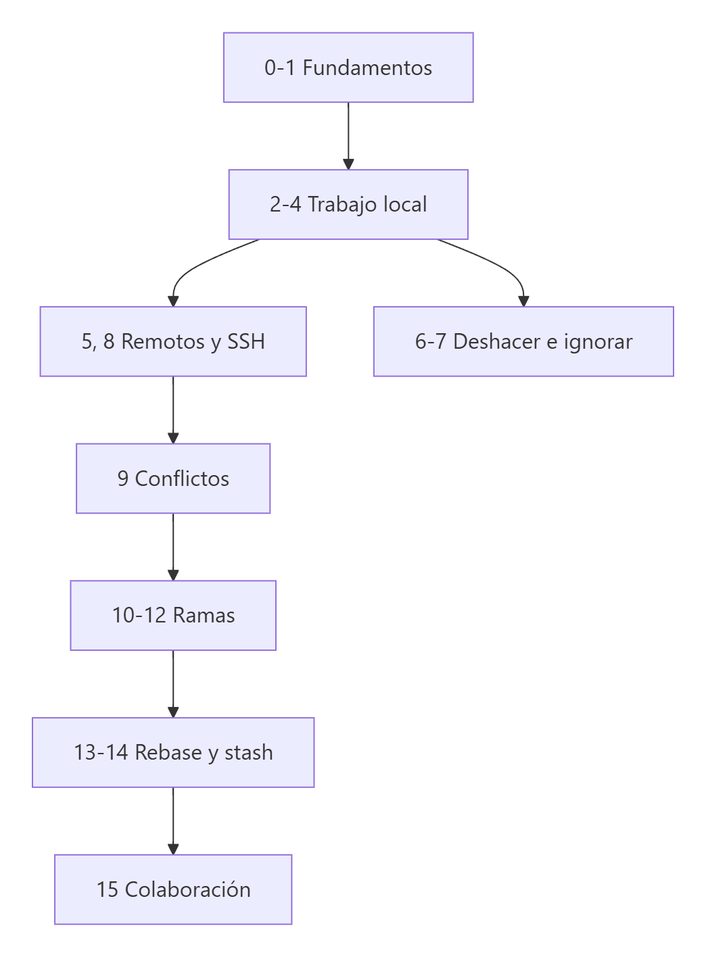
Earlier version of the Mermaid export assets/diagramas/readme-01.png (martin2745/curso-git-github). Its source is kept beside it as assets/diagramas/src/readme-01.mmd.
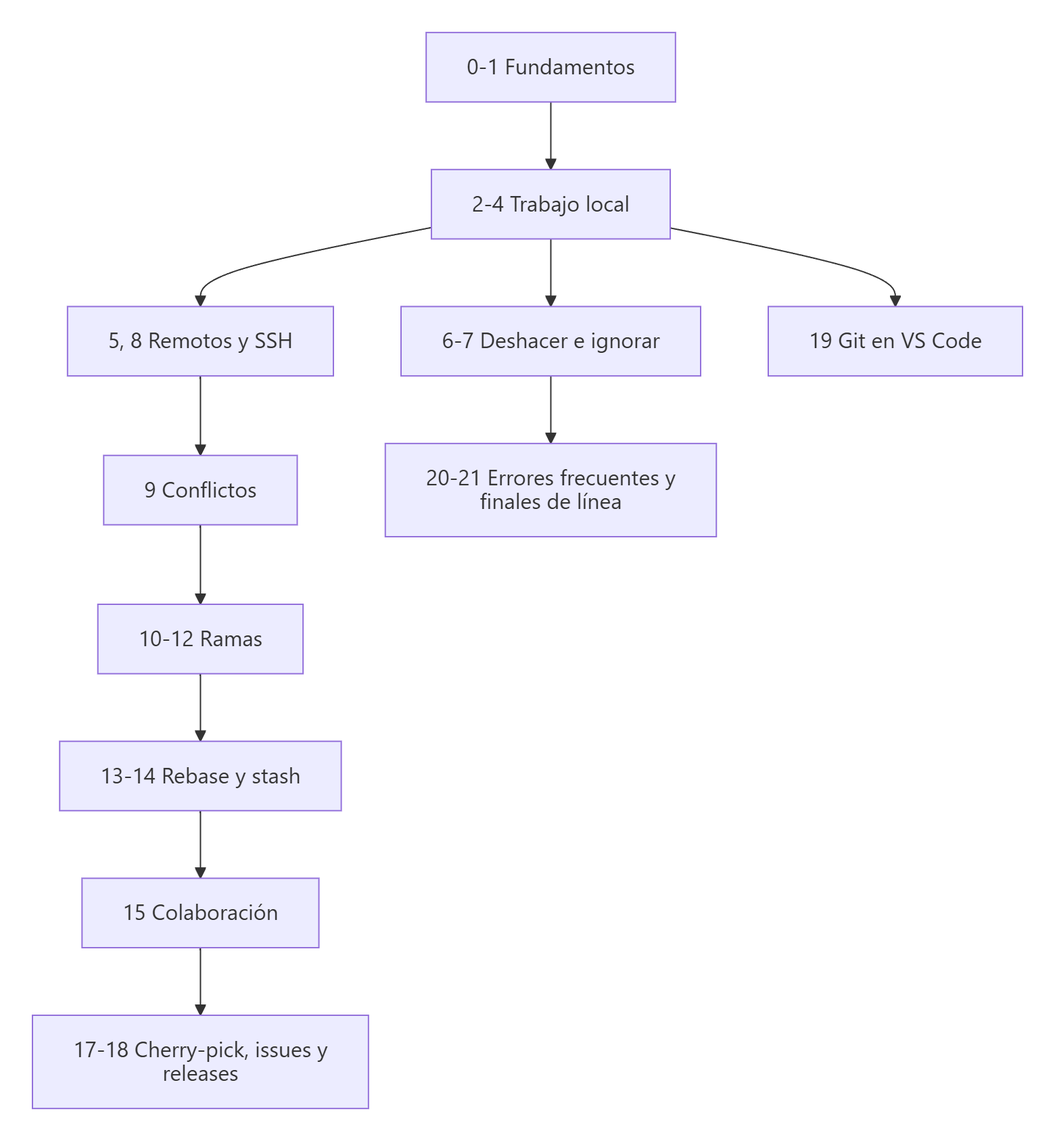
Above is the later version.

Change to the diagram source:
```diff
@@ -3,7 +3,10 @@
     A["0-1 Fundamentos"] --> B["2-4 Trabajo local"]
     B --> C["5, 8 Remotos y SSH"]
     B --> D["6-7 Deshacer e ignorar"]
+    B --> V["19 Git en VS Code"]
     C --> E["9 Conflictos"]
     E --> F["10-12 Ramas"]
     F --> G["13-14 Rebase y stash"]
     G --> H["15 Colaboración"]
+    H --> K["17-18 Cherry-pick, issues y releases"]
+    D --> L["20-21 Errores frecuentes y finales de línea"]
```
